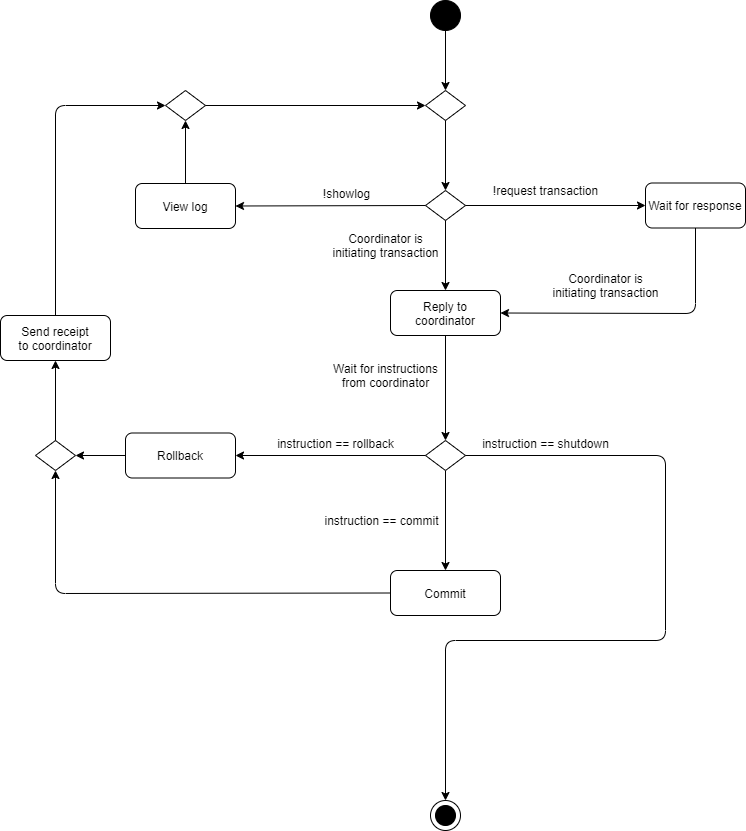
Before: documentation/figures/Aktivitetsdiagram.png, a diagram exported from draw.io (willdalh/tpcp). Source tidied: cells renumbered, new cells last; positions are measured from the earlier drawing's top-left corner, leaving out a move shared by most shapes.
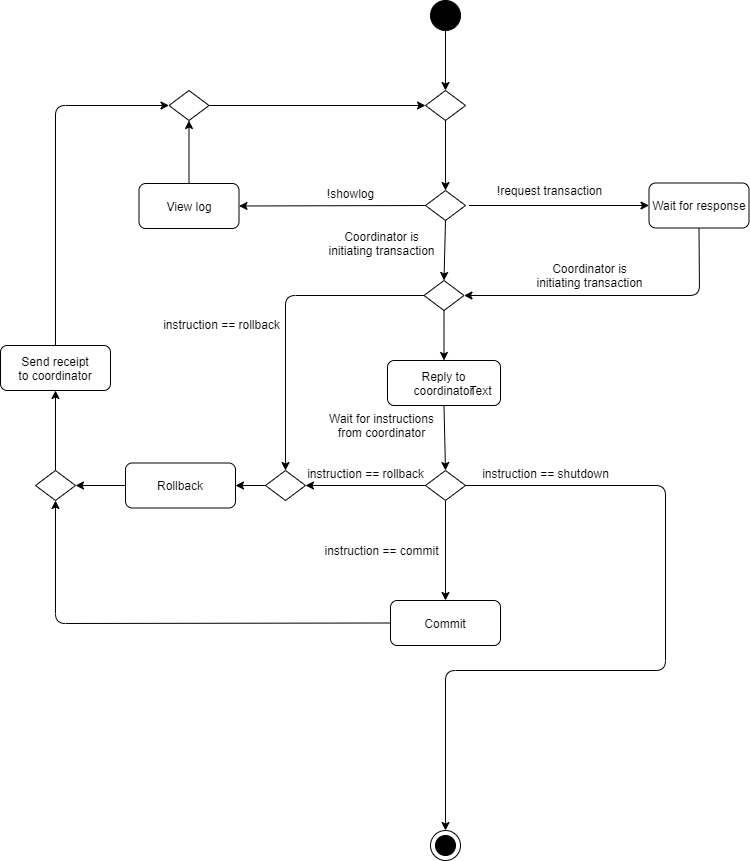
The same diagram one commit later.

Change to the diagram source:
```diff
@@ -3,138 +3,163 @@
     <mxCell id="0" />
     <mxCell id="1" parent="0" />
     <mxCell id="2" style="ellipse;whiteSpace=wrap;html=1;gradientColor=none;fillColor=#000000;" parent="1" vertex="1">
-      <mxGeometry x="430" width="30" height="30" as="geometry" />
+      <mxGeometry x="430" y="-30" width="30" height="30" as="geometry" />
     </mxCell>
     <mxCell id="3" style="rhombus;whiteSpace=wrap;html=1;fillColor=#FFFFFF;gradientColor=none;" parent="1" vertex="1">
-      <mxGeometry x="425" y="190" width="40" height="30" as="geometry" />
+      <mxGeometry x="425" y="160" width="40" height="30" as="geometry" />
     </mxCell>
-    <mxCell id="4" style="endArrow=classic;html=1;exitX=0.5;exitY=1;exitDx=0;exitDy=0;entryX=0.5;entryY=0;entryDx=0;entryDy=0;" parent="1" edge="1" source="3" target="7">
+    <mxCell id="4" style="endArrow=classic;html=1;exitX=0.5;exitY=1;exitDx=0;exitDy=0;entryX=0.5;entryY=0;entryDx=0;entryDy=0;" parent="1" edge="1" source="3" target="41">
       <mxGeometry relative="1" as="geometry" />
     </mxCell>
-    <mxCell id="5" style="endArrow=classic;html=1;exitX=0.5;exitY=1;exitDx=0;exitDy=0;entryX=0.5;entryY=0;entryDx=0;entryDy=0;" parent="1" edge="1" source="2" target="9">
+    <mxCell id="5" style="endArrow=classic;html=1;exitX=0.5;exitY=1;exitDx=0;exitDy=0;entryX=0.5;entryY=0;entryDx=0;entryDy=0;" parent="1" edge="1" source="2" target="10">
       <mxGeometry relative="1" as="geometry" />
     </mxCell>
     <mxCell id="6" value="Coordinator is&lt;br&gt;initiating transaction" style="text;html=1;align=center;verticalAlign=middle;" parent="1" vertex="1">
-      <mxGeometry x="325" y="230" width="120" height="30" as="geometry" />
+      <mxGeometry x="321" y="197.5" width="120" height="30" as="geometry" />
     </mxCell>
     <mxCell id="7" value="Reply to&lt;br&gt;coordinator" style="rounded=1;whiteSpace=wrap;html=1;fillColor=#FFFFFF;gradientColor=none;" parent="1" vertex="1">
-      <mxGeometry x="390" y="290" width="110" height="45" as="geometry" />
+      <mxGeometry x="387" y="330" width="113" height="45" as="geometry" />
     </mxCell>
-    <mxCell id="8" style="endArrow=classic;html=1;exitX=0.5;exitY=1;exitDx=0;exitDy=0;entryX=0.5;entryY=0;entryDx=0;entryDy=0;" parent="1" edge="1" source="7" target="21">
-      <mxGeometry relative="1" as="geometry" />
+    <mxCell id="8" value="Text" style="text;html=1;align=center;verticalAlign=middle;" parent="7" vertex="1">
+      <mxGeometry x="73" y="20" width="40" height="20" as="geometry" />
     </mxCell>
-    <mxCell id="9" style="rhombus;whiteSpace=wrap;html=1;fillColor=#FFFFFF;gradientColor=none;" parent="1" vertex="1">
-      <mxGeometry x="425" y="90" width="40" height="30" as="geometry" />
+    <mxCell id="9" style="endArrow=classic;html=1;exitX=0.5;exitY=1;exitDx=0;exitDy=0;entryX=0.5;entryY=0;entryDx=0;entryDy=0;" parent="1" edge="1" source="7" target="22">
+      <mxGeometry relative="1" as="geometry" />
     </mxCell>
-    <mxCell id="10" style="endArrow=classic;html=1;exitX=0.5;exitY=1;exitDx=0;exitDy=0;entryX=0.5;entryY=0;entryDx=0;entryDy=0;" parent="1" edge="1" source="9" target="3">
-      <mxGeometry relative="1" as="geometry" />
+    <mxCell id="10" style="rhombus;whiteSpace=wrap;html=1;fillColor=#FFFFFF;gradientColor=none;" parent="1" vertex="1">
+      <mxGeometry x="425" y="60" width="40" height="30" as="geometry" />
     </mxCell>
-    <mxCell id="11" style="endArrow=classic;html=1;entryX=0;entryY=0.5;entryDx=0;entryDy=0;" parent="1" edge="1" target="13">
-      <mxGeometry relative="1" as="geometry">
-        <mxPoint x="465" y="205" as="sourcePoint" />
-      </mxGeometry>
+    <mxCell id="11" style="endArrow=classic;html=1;exitX=0.5;exitY=1;exitDx=0;exitDy=0;entryX=0.5;entryY=0;entryDx=0;entryDy=0;" parent="1" edge="1" source="10" target="3">
+      <mxGeometry relative="1" as="geometry" />
     </mxCell>
-    <mxCell id="12" value="!request transaction" style="text;html=1;align=center;verticalAlign=middle;" parent="1" vertex="1">
-      <mxGeometry x="485" y="180" width="120" height="20" as="geometry" />
+    <mxCell id="12" style="endArrow=classic;html=1;entryX=0;entryY=0.5;entryDx=0;entryDy=0;" parent="1" edge="1" target="14">
+      <mxGeometry relative="1" as="geometry">
+        <mxPoint x="468.5" y="175" as="sourcePoint" />
+      </mxGeometry>
     </mxCell>
-    <mxCell id="13" value="Wait for response" style="rounded=1;whiteSpace=wrap;html=1;fillColor=#FFFFFF;gradientColor=none;" parent="1" vertex="1">
-      <mxGeometry x="645" y="182.5" width="100" height="45" as="geometry" />
+    <mxCell id="13" value="!request transaction" style="text;html=1;align=center;verticalAlign=middle;points=[];" parent="1" vertex="1">
+      <mxGeometry x="488.5" y="150" width="120" height="20" as="geometry" />
     </mxCell>
-    <mxCell id="14" style="endArrow=classic;html=1;exitX=0.5;exitY=1;exitDx=0;exitDy=0;entryX=1;entryY=0.5;entryDx=0;entryDy=0;" parent="1" edge="1" source="13" target="7">
-      <mxGeometry relative="1" as="geometry">
-        <Array as="points">
-          <mxPoint x="695" y="313" />
-        </Array>
-      </mxGeometry>
+    <mxCell id="14" value="Wait for response" style="rounded=1;whiteSpace=wrap;html=1;fillColor=#FFFFFF;gradientColor=none;" parent="1" vertex="1">
+      <mxGeometry x="648.5" y="152.5" width="100" height="45" as="geometry" />
     </mxCell>
-    <mxCell id="15" value="Coordinator is&lt;br&gt;initiating transaction" style="text;html=1;align=center;verticalAlign=middle;" parent="1" vertex="1">
-      <mxGeometry x="545" y="270" width="120" height="30" as="geometry" />
+    <mxCell id="15" style="endArrow=classic;html=1;exitX=0.5;exitY=1;exitDx=0;exitDy=0;entryX=1;entryY=0.5;entryDx=0;entryDy=0;" parent="1" edge="1" source="14" target="41">
+      <mxGeometry relative="1" as="geometry">
+        <Array as="points">
+          <mxPoint x="699" y="265" />
+        </Array>
+      </mxGeometry>
     </mxCell>
-    <mxCell id="16" style="endArrow=classic;html=1;exitX=0;exitY=0.5;exitDx=0;exitDy=0;entryX=1;entryY=0.5;entryDx=0;entryDy=0;" parent="1" edge="1" source="3" target="18">
-      <mxGeometry relative="1" as="geometry" />
+    <mxCell id="16" value="Coordinator is&lt;br&gt;initiating transaction" style="text;html=1;align=center;verticalAlign=middle;" parent="1" vertex="1">
+      <mxGeometry x="528.5" y="230" width="120" height="30" as="geometry" />
     </mxCell>
-    <mxCell id="17" value="!showlog" style="text;html=1;align=center;verticalAlign=middle;" parent="1" vertex="1">
-      <mxGeometry x="316" y="183" width="60" height="20" as="geometry" />
+    <mxCell id="17" style="endArrow=classic;html=1;exitX=0;exitY=0.5;exitDx=0;exitDy=0;entryX=1;entryY=0.5;entryDx=0;entryDy=0;" parent="1" edge="1" source="3" target="19">
+      <mxGeometry relative="1" as="geometry" />
     </mxCell>
-    <mxCell id="18" value="View log" style="rounded=1;whiteSpace=wrap;html=1;fillColor=#FFFFFF;gradientColor=none;" parent="1" vertex="1">
-      <mxGeometry x="135" y="183" width="100" height="45" as="geometry" />
+    <mxCell id="18" value="!showlog" style="text;html=1;align=center;verticalAlign=middle;points=[];" parent="1" vertex="1">
+      <mxGeometry x="319.5" y="153" width="60" height="20" as="geometry" />
     </mxCell>
-    <mxCell id="19" style="endArrow=classic;html=1;exitX=0.5;exitY=1;exitDx=0;exitDy=0;entryX=0.5;entryY=0;entryDx=0;entryDy=0;" parent="1" edge="1" source="21" target="23">
-      <mxGeometry relative="1" as="geometry" />
+    <mxCell id="19" value="View log" style="rounded=1;whiteSpace=wrap;html=1;fillColor=#FFFFFF;gradientColor=none;" parent="1" vertex="1">
+      <mxGeometry x="138.5" y="153" width="100" height="45" as="geometry" />
     </mxCell>
-    <mxCell id="20" value="&lt;span&gt;Wait for instructions&lt;/span&gt;&lt;br&gt;&lt;span&gt;from coordinator&lt;/span&gt;" style="text;html=1;align=center;verticalAlign=middle;" parent="1" vertex="1">
-      <mxGeometry x="325" y="360" width="120" height="30" as="geometry" />
+    <mxCell id="20" style="endArrow=classic;html=1;exitX=0.5;exitY=1;exitDx=0;exitDy=0;entryX=0.5;entryY=0;entryDx=0;entryDy=0;" parent="1" edge="1" source="22" target="24">
+      <mxGeometry relative="1" as="geometry" />
     </mxCell>
-    <mxCell id="21" style="rhombus;whiteSpace=wrap;html=1;fillColor=#FFFFFF;gradientColor=none;" parent="1" vertex="1">
-      <mxGeometry x="425" y="440" width="40" height="30" as="geometry" />
+    <mxCell id="21" value="&lt;span&gt;Wait for instructions&lt;/span&gt;&lt;br&gt;&lt;span&gt;from coordinator&lt;/span&gt;" style="text;html=1;align=center;verticalAlign=middle;points=[];" parent="1" vertex="1">
+      <mxGeometry x="321" y="380" width="120" height="30" as="geometry" />
     </mxCell>
-    <mxCell id="22" value="instruction == commit" style="text;html=1;align=center;verticalAlign=middle;points=[];" parent="1" vertex="1">
-      <mxGeometry x="316" y="510" width="130" height="20" as="geometry" />
+    <mxCell id="22" style="rhombus;whiteSpace=wrap;html=1;fillColor=#FFFFFF;gradientColor=none;" parent="1" vertex="1">
+      <mxGeometry x="425" y="440" width="40" height="30" as="geometry" />
     </mxCell>
-    <mxCell id="23" value="Commit" style="rounded=1;whiteSpace=wrap;html=1;fillColor=#FFFFFF;gradientColor=none;" parent="1" vertex="1">
-      <mxGeometry x="390" y="570" width="110" height="45" as="geometry" />
+    <mxCell id="23" value="instruction == commit" style="text;html=1;align=center;verticalAlign=middle;points=[];" parent="1" vertex="1">
+      <mxGeometry x="316" y="510" width="130" height="20" as="geometry" />
     </mxCell>
-    <mxCell id="24" style="endArrow=classic;html=1;exitX=0;exitY=0.5;exitDx=0;exitDy=0;entryX=0.5;entryY=1;entryDx=0;entryDy=0;" parent="1" edge="1" source="23" target="28">
-      <mxGeometry relative="1" as="geometry">
-        <Array as="points">
-          <mxPoint x="55" y="593" />
-        </Array>
-      </mxGeometry>
+    <mxCell id="24" value="Commit" style="rounded=1;whiteSpace=wrap;html=1;fillColor=#FFFFFF;gradientColor=none;" parent="1" vertex="1">
+      <mxGeometry x="390" y="570" width="110" height="45" as="geometry" />
     </mxCell>
-    <mxCell id="25" value="Rollback" style="rounded=1;whiteSpace=wrap;html=1;fillColor=#FFFFFF;gradientColor=none;" parent="1" vertex="1">
-      <mxGeometry x="125" y="432.5" width="110" height="45" as="geometry" />
+    <mxCell id="25" style="endArrow=classic;html=1;exitX=0;exitY=0.5;exitDx=0;exitDy=0;entryX=0.5;entryY=1;entryDx=0;entryDy=0;" parent="1" edge="1" source="24" target="29">
+      <mxGeometry relative="1" as="geometry">
+        <Array as="points">
+          <mxPoint x="55" y="593" />
+        </Array>
+      </mxGeometry>
     </mxCell>
-    <mxCell id="26" style="endArrow=classic;html=1;exitX=0;exitY=0.5;exitDx=0;exitDy=0;entryX=1;entryY=0.5;entryDx=0;entryDy=0;" parent="1" edge="1" source="21" target="25">
-      <mxGeometry relative="1" as="geometry" />
+    <mxCell id="26" value="Rollback" style="rounded=1;whiteSpace=wrap;html=1;fillColor=#FFFFFF;gradientColor=none;" parent="1" vertex="1">
+      <mxGeometry x="125" y="432.5" width="110" height="45" as="geometry" />
     </mxCell>
-    <mxCell id="27" value="instruction == rollback" style="text;html=1;align=center;verticalAlign=middle;" parent="1" vertex="1">
-      <mxGeometry x="270" y="432.5" width="130" height="20" as="geometry" />
+    <mxCell id="27" style="endArrow=classic;html=1;exitX=0;exitY=0.5;exitDx=0;exitDy=0;entryX=1;entryY=0.5;entryDx=0;entryDy=0;" parent="1" edge="1" source="22" target="44">
+      <mxGeometry relative="1" as="geometry" />
     </mxCell>
-    <mxCell id="28" style="rhombus;whiteSpace=wrap;html=1;fillColor=#FFFFFF;gradientColor=none;" parent="1" vertex="1">
-      <mxGeometry x="35" y="440" width="40" height="30" as="geometry" />
+    <mxCell id="28" value="instruction == rollback" style="text;html=1;align=center;verticalAlign=middle;points=[];" parent="1" vertex="1">
+      <mxGeometry x="300" y="432.5" width="130" height="20" as="geometry" />
     </mxCell>
-    <mxCell id="29" style="endArrow=classic;html=1;exitX=0;exitY=0.5;exitDx=0;exitDy=0;entryX=1;entryY=0.5;entryDx=0;entryDy=0;" parent="1" edge="1" source="25" target="28">
-      <mxGeometry relative="1" as="geometry" />
+    <mxCell id="29" style="rhombus;whiteSpace=wrap;html=1;fillColor=#FFFFFF;gradientColor=none;" parent="1" vertex="1">
+      <mxGeometry x="35" y="440" width="40" height="30" as="geometry" />
     </mxCell>
-    <mxCell id="30" style="endArrow=classic;html=1;exitX=0.5;exitY=0;exitDx=0;exitDy=0;entryX=0.5;entryY=1;entryDx=0;entryDy=0;" parent="1" edge="1" source="28" target="31">
+    <mxCell id="30" style="endArrow=classic;html=1;exitX=0;exitY=0.5;exitDx=0;exitDy=0;entryX=1;entryY=0.5;entryDx=0;entryDy=0;" parent="1" edge="1" source="26" target="29">
       <mxGeometry relative="1" as="geometry" />
     </mxCell>
-    <mxCell id="31" value="Send receipt&lt;br&gt;to coordinator" style="rounded=1;whiteSpace=wrap;html=1;fillColor=#FFFFFF;gradientColor=none;" parent="1" vertex="1">
-      <mxGeometry y="315" width="110" height="45" as="geometry" />
+    <mxCell id="31" style="endArrow=classic;html=1;exitX=0.5;exitY=0;exitDx=0;exitDy=0;entryX=0.5;entryY=1;entryDx=0;entryDy=0;" parent="1" edge="1" source="29" target="32">
+      <mxGeometry relative="1" as="geometry" />
     </mxCell>
-    <mxCell id="32" style="rhombus;whiteSpace=wrap;html=1;fillColor=#FFFFFF;gradientColor=none;" parent="1" vertex="1">
-      <mxGeometry x="165" y="90" width="40" height="30" as="geometry" />
+    <mxCell id="32" value="Send receipt&lt;br&gt;to coordinator" style="rounded=1;whiteSpace=wrap;html=1;fillColor=#FFFFFF;gradientColor=none;" parent="1" vertex="1">
+      <mxGeometry y="315" width="110" height="45" as="geometry" />
     </mxCell>
-    <mxCell id="33" style="endArrow=classic;html=1;exitX=0.5;exitY=0;exitDx=0;exitDy=0;entryX=0;entryY=0.5;entryDx=0;entryDy=0;" parent="1" edge="1" source="31" target="32">
-      <mxGeometry relative="1" as="geometry">
-        <Array as="points">
-          <mxPoint x="55" y="105" />
-        </Array>
-      </mxGeometry>
+    <mxCell id="33" style="rhombus;whiteSpace=wrap;html=1;fillColor=#FFFFFF;gradientColor=none;" parent="1" vertex="1">
+      <mxGeometry x="168.5" y="60" width="40" height="30" as="geometry" />
     </mxCell>
-    <mxCell id="34" style="endArrow=classic;html=1;exitX=0.5;exitY=0;exitDx=0;exitDy=0;" parent="1" edge="1" source="18" target="32">
-      <mxGeometry relative="1" as="geometry" />
+    <mxCell id="34" style="endArrow=classic;html=1;exitX=0.5;exitY=0;exitDx=0;exitDy=0;entryX=0;entryY=0.5;entryDx=0;entryDy=0;" parent="1" edge="1" source="32" target="33">
+      <mxGeometry relative="1" as="geometry">
+        <Array as="points">
+          <mxPoint x="55" y="75" />
+        </Array>
+      </mxGeometry>
     </mxCell>
-    <mxCell id="35" style="endArrow=classic;html=1;exitX=1;exitY=0.5;exitDx=0;exitDy=0;entryX=0;entryY=0.5;entryDx=0;entryDy=0;" parent="1" edge="1" source="32" target="9">
+    <mxCell id="35" style="endArrow=classic;html=1;exitX=0.5;exitY=0;exitDx=0;exitDy=0;" parent="1" edge="1" source="19" target="33">
       <mxGeometry relative="1" as="geometry" />
     </mxCell>
-    <mxCell id="36" value="instruction == shutdown" style="text;html=1;align=center;verticalAlign=middle;" parent="1" vertex="1">
-      <mxGeometry x="475" y="432.5" width="140" height="20" as="geometry" />
+    <mxCell id="36" style="endArrow=classic;html=1;exitX=1;exitY=0.5;exitDx=0;exitDy=0;entryX=0;entryY=0.5;entryDx=0;entryDy=0;" parent="1" edge="1" source="33" target="10">
+      <mxGeometry relative="1" as="geometry" />
     </mxCell>
-    <mxCell id="37" style="endArrow=classic;html=1;exitX=1;exitY=0.5;exitDx=0;exitDy=0;entryX=0.5;entryY=0;entryDx=0;entryDy=0;" parent="1" edge="1" source="21" target="38">
-      <mxGeometry relative="1" as="geometry">
-        <Array as="points">
-          <mxPoint x="665" y="455" />
-          <mxPoint x="665" y="640" />
-          <mxPoint x="445" y="640" />
-        </Array>
-      </mxGeometry>
+    <mxCell id="37" value="instruction == shutdown" style="text;html=1;align=center;verticalAlign=middle;" parent="1" vertex="1">
+      <mxGeometry x="475" y="432.5" width="140" height="20" as="geometry" />
     </mxCell>
-    <mxCell id="38" style="ellipse;whiteSpace=wrap;html=1;gradientColor=none;fillColor=#FFFFFF;" parent="1" vertex="1">
-      <mxGeometry x="430" y="800" width="30" height="30" as="geometry" />
+    <mxCell id="38" style="endArrow=classic;html=1;exitX=1;exitY=0.5;exitDx=0;exitDy=0;entryX=0.5;entryY=0;entryDx=0;entryDy=0;" parent="1" edge="1" source="22" target="39">
+      <mxGeometry relative="1" as="geometry">
+        <Array as="points">
+          <mxPoint x="665" y="455" />
+          <mxPoint x="665" y="640" />
+          <mxPoint x="445" y="640" />
+        </Array>
+      </mxGeometry>
     </mxCell>
-    <mxCell id="39" style="ellipse;whiteSpace=wrap;html=1;fillColor=#000000;gradientColor=none;" parent="1" vertex="1">
-      <mxGeometry x="435" y="805" width="20" height="20" as="geometry" />
+    <mxCell id="39" style="ellipse;whiteSpace=wrap;html=1;gradientColor=none;fillColor=#FFFFFF;" parent="1" vertex="1">
+      <mxGeometry x="430" y="800" width="30" height="30" as="geometry" />
     </mxCell>
+    <mxCell id="40" style="ellipse;whiteSpace=wrap;html=1;fillColor=#000000;gradientColor=none;" parent="1" vertex="1">
+      <mxGeometry x="435" y="805" width="20" height="20" as="geometry" />
+    </mxCell>
+    <mxCell id="41" style="rhombus;whiteSpace=wrap;html=1;fillColor=#FFFFFF;gradientColor=none;" parent="1" vertex="1">
+      <mxGeometry x="423.5" y="250" width="40" height="30" as="geometry" />
+    </mxCell>
+    <mxCell id="42" style="endArrow=classic;html=1;exitX=0.5;exitY=1;exitDx=0;exitDy=0;entryX=0.5;entryY=0;entryDx=0;entryDy=0;" parent="1" edge="1" source="41" target="7">
+      <mxGeometry relative="1" as="geometry" />
+    </mxCell>
+    <mxCell id="43" style="endArrow=classic;html=1;exitX=0;exitY=0.5;exitDx=0;exitDy=0;entryX=0.5;entryY=0;entryDx=0;entryDy=0;" parent="1" edge="1" source="41" target="44">
+      <mxGeometry relative="1" as="geometry">
+        <Array as="points">
+          <mxPoint x="285" y="265" />
+        </Array>
+      </mxGeometry>
+    </mxCell>
+    <mxCell id="44" style="rhombus;whiteSpace=wrap;html=1;fillColor=#FFFFFF;gradientColor=none;" parent="1" vertex="1">
+      <mxGeometry x="265" y="440" width="40" height="30" as="geometry" />
+    </mxCell>
+    <mxCell id="45" style="endArrow=classic;html=1;exitX=0;exitY=0.5;exitDx=0;exitDy=0;entryX=1;entryY=0.5;entryDx=0;entryDy=0;" parent="1" edge="1" source="44" target="26">
+      <mxGeometry relative="1" as="geometry" />
+    </mxCell>
+    <mxCell id="46" value="instruction == rollback" style="text;html=1;align=center;verticalAlign=middle;" parent="1" vertex="1">
+      <mxGeometry x="156" y="284" width="130" height="20" as="geometry" />
+    </mxCell>
   </root>
 </mxGraphModel>
```
